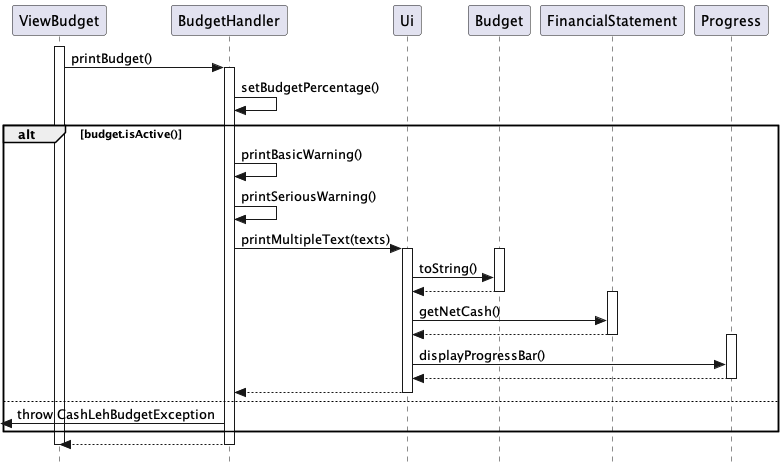
Above: docs/Images/budgetHandler_sequenceDiagram.png in nus-cs2113-AY2324S1/tp (PlantUML), before the change.
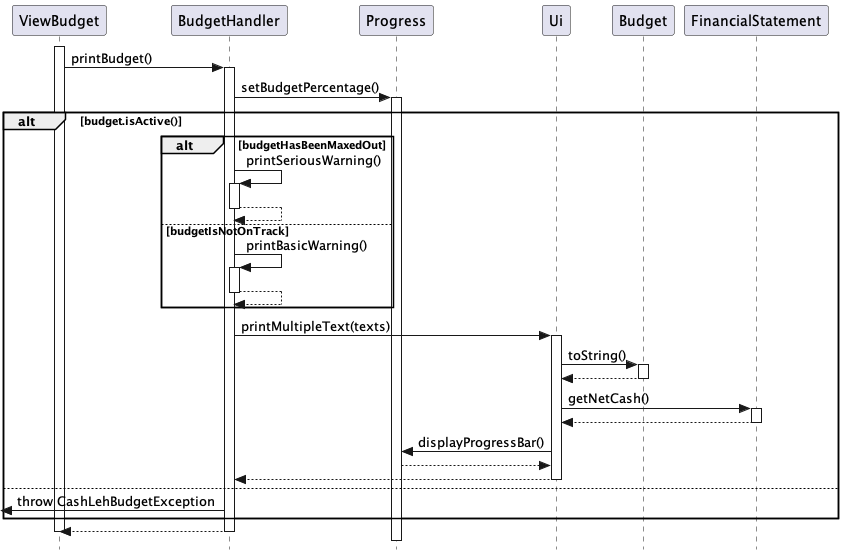
The same diagram one commit later.

Commit message:
Update budgetHandler sequence diagram

Change to the diagram source:
```diff
@@ -5,24 +5,41 @@
 activate ViewBudget
 ViewBudget -> BudgetHandler: printBudget()
 activate BudgetHandler
-BudgetHandler -> BudgetHandler: setBudgetPercentage()
+
+
+BudgetHandler -> Progress: setBudgetPercentage()
+activate Progress
+
+
 alt budget.isActive()
+
+alt budgetHasBeenMaxedOut
+BudgetHandler -> BudgetHandler: printSeriousWarning()
+activate BudgetHandler
+BudgetHandler --> BudgetHandler
+deactivate BudgetHandler
+else budgetIsNotOnTrack
 BudgetHandler -> BudgetHandler: printBasicWarning()
-BudgetHandler -> BudgetHandler: printSeriousWarning()
+activate BudgetHandler
+BudgetHandler --> BudgetHandler
+deactivate BudgetHandler
+end
+
+
 BudgetHandler -> Ui: printMultipleText(texts)
 activate Ui
+
+Ui -> Budget: toString()
 activate Budget
-Ui -> Budget: toString()
 Budget --> Ui
 deactivate Budget
+
+Ui -> FinancialStatement: getNetCash()
 activate FinancialStatement
-Ui -> FinancialStatement: getNetCash()
 FinancialStatement --> Ui
 deactivate FinancialStatement
-activate Progress
 Ui -> Progress: displayProgressBar()
 Progress --> Ui
-deactivate Progress
 Ui --> BudgetHandler
 deactivate Ui
 else
```
